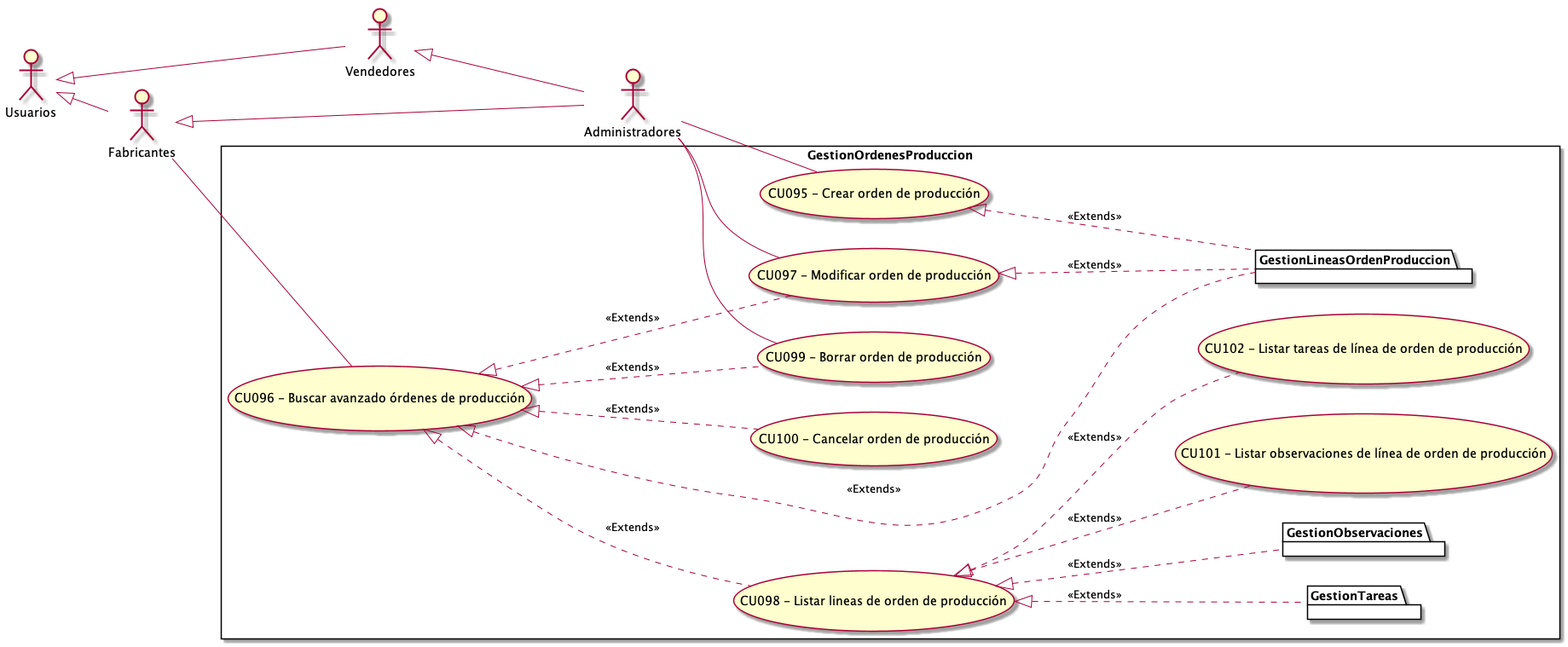
Before: Informe Final/Imagenes/ModeladoDeCasosDeUso/DiagramaDeCasosDeUso/GestionOrdenesProduccion.png, a diagram exported from PlantUML (ZMGestion/DocumentacionZMGestion).
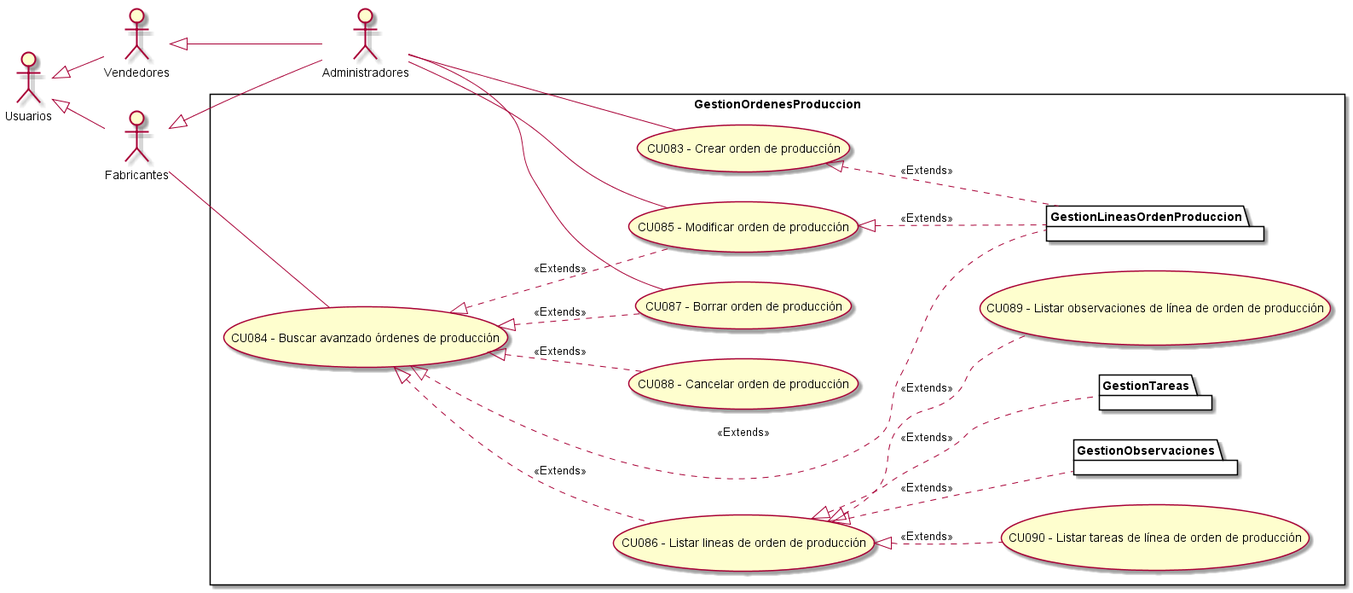
Later version of the same file.

Diff of the diagram source:
```diff
@@ -13,14 +13,14 @@
  left to right direction
 
 rectangle GestionOrdenesProduccion{
-    UseCase "CU095 - Crear orden de producción" as C
-    UseCase "CU096 - Buscar avanzado órdenes de producción " as BA
-    UseCase "CU097 - Modificar orden de producción" as M
-    UseCase "CU098 - Listar lineas de orden de producción" as ListarLineas
-    UseCase "CU099 - Borrar orden de producción" as B
-    UseCase "CU100 - Cancelar orden de producción" as Cancelar
-    UseCase "CU101 - Listar observaciones de línea de orden de producción" as ListarObservaciones
-    UseCase "CU102 - Listar tareas de línea de orden de producción" as ListarTareas
+    UseCase "CU083 - Crear orden de producción" as C
+    UseCase "CU084 - Buscar avanzado órdenes de producción " as BA
+    UseCase "CU085 - Modificar orden de producción" as M
+    UseCase "CU086 - Listar lineas de orden de producción" as ListarLineas
+    UseCase "CU087 - Borrar orden de producción" as B
+    UseCase "CU088 - Cancelar orden de producción" as Cancelar
+    UseCase "CU089 - Listar observaciones de línea de orden de producción" as ListarObservaciones
+    UseCase "CU090 - Listar tareas de línea de orden de producción" as ListarTareas
     package GestionLineasOrdenProduccion{
     }
     package GestionObservaciones{
```
